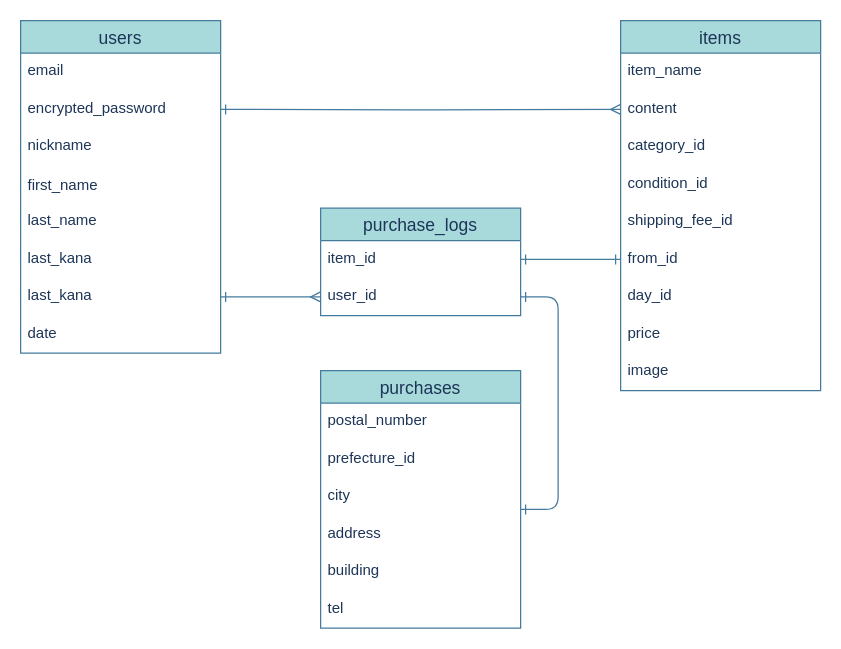
saraya103/furima-35195 keeps this draw.io diagram as ER.dio. Above is the earlier version. Source tidied: cells renumbered, new cells numbered last; positions are measured from the earlier drawing's top-left corner, leaving out a move shared by most shapes. Both pictures are drawn from the tidied source at 125%, with x=0, y=0 at pixel (20, 20).
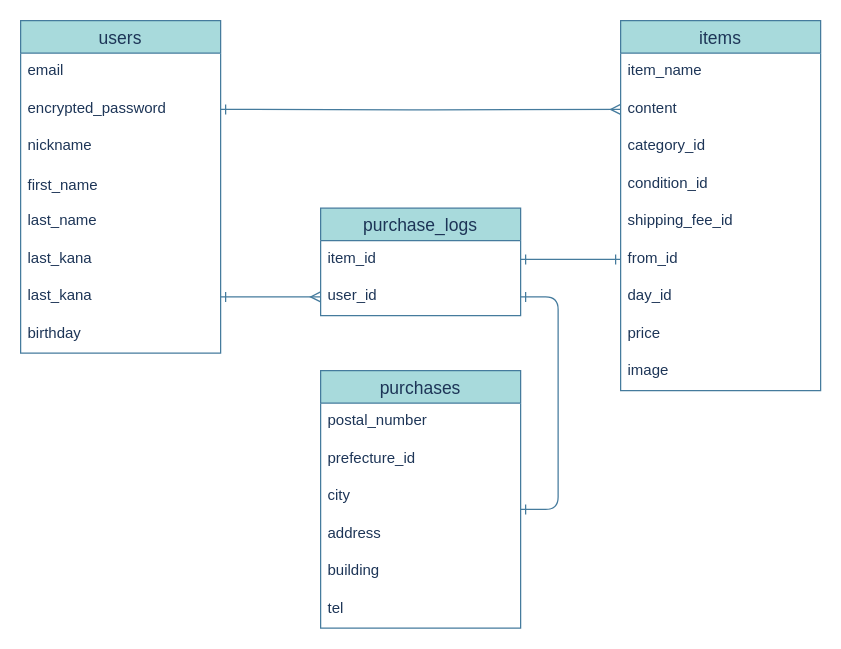
The same diagram, later.

The change refers to these unchanged cells:
```xml
<mxCell id="2" value="users" style="swimlane;fontStyle=0;horizontal=1;startSize=26;align=center;fontSize=14;fillColor=#A8DADC;strokeColor=#457B9D;fontColor=#1D3557;swimlaneFillColor=#ffffff;" parent="1" vertex="1">
  <mxGeometry width="160" height="266" as="geometry" />
</mxCell>
```

Diff of the diagram source:
```diff
@@
-    <mxCell id="10" value="date" style="text;strokeColor=none;fillColor=none;spacingLeft=4;spacingRight=4;overflow=hidden;fontSize=12;fontColor=#1D3557;" parent="2" vertex="1">
+    <mxCell id="10" value="birthday" style="text;strokeColor=none;fillColor=none;spacingLeft=4;spacingRight=4;overflow=hidden;fontSize=12;fontColor=#1D3557;" parent="2" vertex="1">
       <mxGeometry y="236" width="160" height="30" as="geometry" />
     </mxCell>
```
